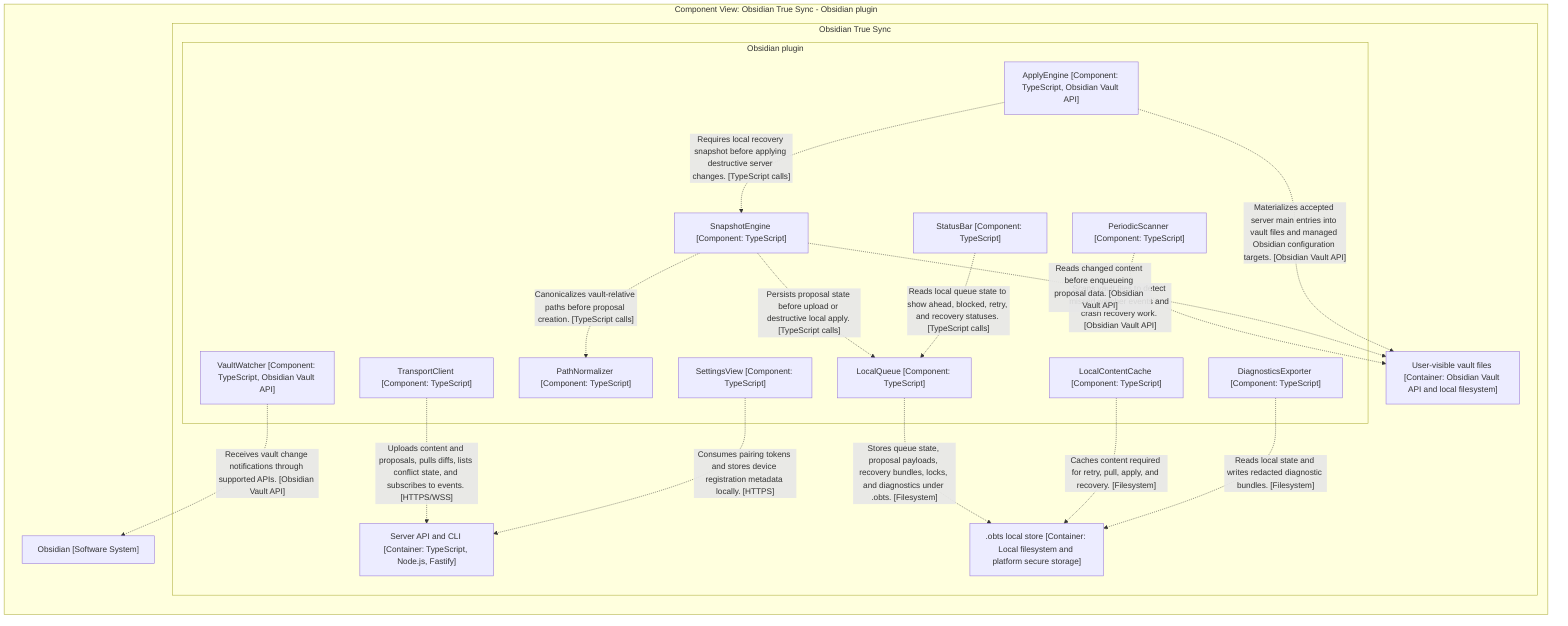
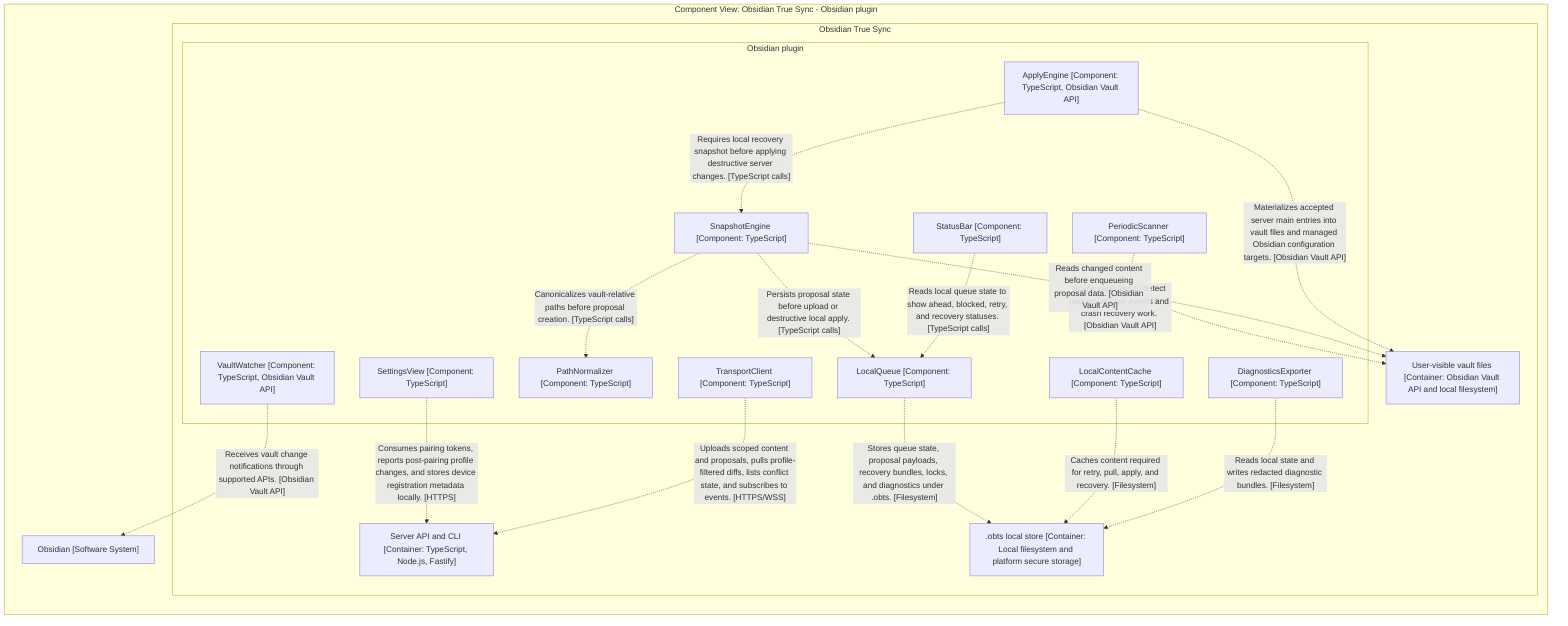
graph LR

  subgraph diagram ["Component View: Obsidian True Sync - Obsidian plugin"]

    4["Obsidian [Software System]"]

    subgraph 6 ["Obsidian True Sync"]

-       subgraph 29 ["Obsidian plugin"]
+       subgraph 30 ["Obsidian plugin"]

-         30["SettingsView [Component: TypeScript]"]
-         31["StatusBar [Component: TypeScript]"]
-         32["VaultWatcher [Component: TypeScript, Obsidian Vault API]"]
-         33["PeriodicScanner [Component: TypeScript]"]
-         34["PathNormalizer [Component: TypeScript]"]
-         35["SnapshotEngine [Component: TypeScript]"]
-         36["LocalQueue [Component: TypeScript]"]
-         37["LocalContentCache [Component: TypeScript]"]
-         38["TransportClient [Component: TypeScript]"]
-         39["ApplyEngine [Component: TypeScript, Obsidian Vault API]"]
-         40["DiagnosticsExporter [Component: TypeScript]"]
+         31["SettingsView [Component: TypeScript]"]
+         32["StatusBar [Component: TypeScript]"]
+         33["VaultWatcher [Component: TypeScript, Obsidian Vault API]"]
+         34["PeriodicScanner [Component: TypeScript]"]
+         35["PathNormalizer [Component: TypeScript]"]
+         36["SnapshotEngine [Component: TypeScript]"]
+         37["LocalQueue [Component: TypeScript]"]
+         38["LocalContentCache [Component: TypeScript]"]
+         39["TransportClient [Component: TypeScript]"]
+         40["ApplyEngine [Component: TypeScript, Obsidian Vault API]"]
+         41["DiagnosticsExporter [Component: TypeScript]"]
      end

-       41["User-visible vault files [Container: Obsidian Vault API and local filesystem]"]
-       42[".obts local store [Container: Local filesystem and platform secure storage]"]
+       42["User-visible vault files [Container: Obsidian Vault API and local filesystem]"]
+       43[".obts local store [Container: Local filesystem and platform secure storage]"]
      7["Server API and CLI [Container: TypeScript, Node.js, Fastify]"]
    end

-     33-. "Scans vault files to detect missed watcher events and crash recovery work. [Obsidian Vault API]" .->41
-     35-. "Canonicalizes vault-relative paths before proposal creation. [TypeScript calls]" .->34
-     35-. "Reads changed content before enqueueing proposal data. [Obsidian Vault API]" .->41
-     35-. "Persists proposal state before upload or destructive local apply. [TypeScript calls]" .->36
-     36-. "Stores queue state, proposal payloads, recovery bundles, locks, and diagnostics under .obts. [Filesystem]" .->42
-     37-. "Caches content required for retry, pull, apply, and recovery. [Filesystem]" .->42
-     38-. "Uploads content and proposals, pulls diffs, lists conflict state, and subscribes to events. [HTTPS/WSS]" .->7
-     39-. "Requires local recovery snapshot before applying destructive server changes. [TypeScript calls]" .->35
-     39-. "Materializes accepted server main entries into vault files and managed Obsidian configuration targets. [Obsidian Vault API]" .->41
-     31-. "Reads local queue state to show ahead, blocked, retry, and recovery statuses. [TypeScript calls]" .->36
-     40-. "Reads local state and writes redacted diagnostic bundles. [Filesystem]" .->42
-     30-. "Consumes pairing tokens and stores device registration metadata locally. [HTTPS]" .->7
-     32-. "Receives vault change notifications through supported APIs. [Obsidian Vault API]" .->4
+     31-. "Consumes pairing tokens, reports post-pairing profile changes, and stores device registration metadata locally. [HTTPS]" .->7
+     33-. "Receives vault change notifications through supported APIs. [Obsidian Vault API]" .->4
+     34-. "Scans vault files to detect missed watcher events and crash recovery work. [Obsidian Vault API]" .->42
+     36-. "Canonicalizes vault-relative paths before proposal creation. [TypeScript calls]" .->35
+     36-. "Reads changed content before enqueueing proposal data. [Obsidian Vault API]" .->42
+     36-. "Persists proposal state before upload or destructive local apply. [TypeScript calls]" .->37
+     37-. "Stores queue state, proposal payloads, recovery bundles, locks, and diagnostics under .obts. [Filesystem]" .->43
+     38-. "Caches content required for retry, pull, apply, and recovery. [Filesystem]" .->43
+     39-. "Uploads scoped content and proposals, pulls profile-filtered diffs, lists conflict state, and subscribes to events. [HTTPS/WSS]" .->7
+     40-. "Requires local recovery snapshot before applying destructive server changes. [TypeScript calls]" .->36
+     40-. "Materializes accepted server main entries into vault files and managed Obsidian configuration targets. [Obsidian Vault API]" .->42
+     32-. "Reads local queue state to show ahead, blocked, retry, and recovery statuses. [TypeScript calls]" .->37
+     41-. "Reads local state and writes redacted diagnostic bundles. [Filesystem]" .->43

  end
